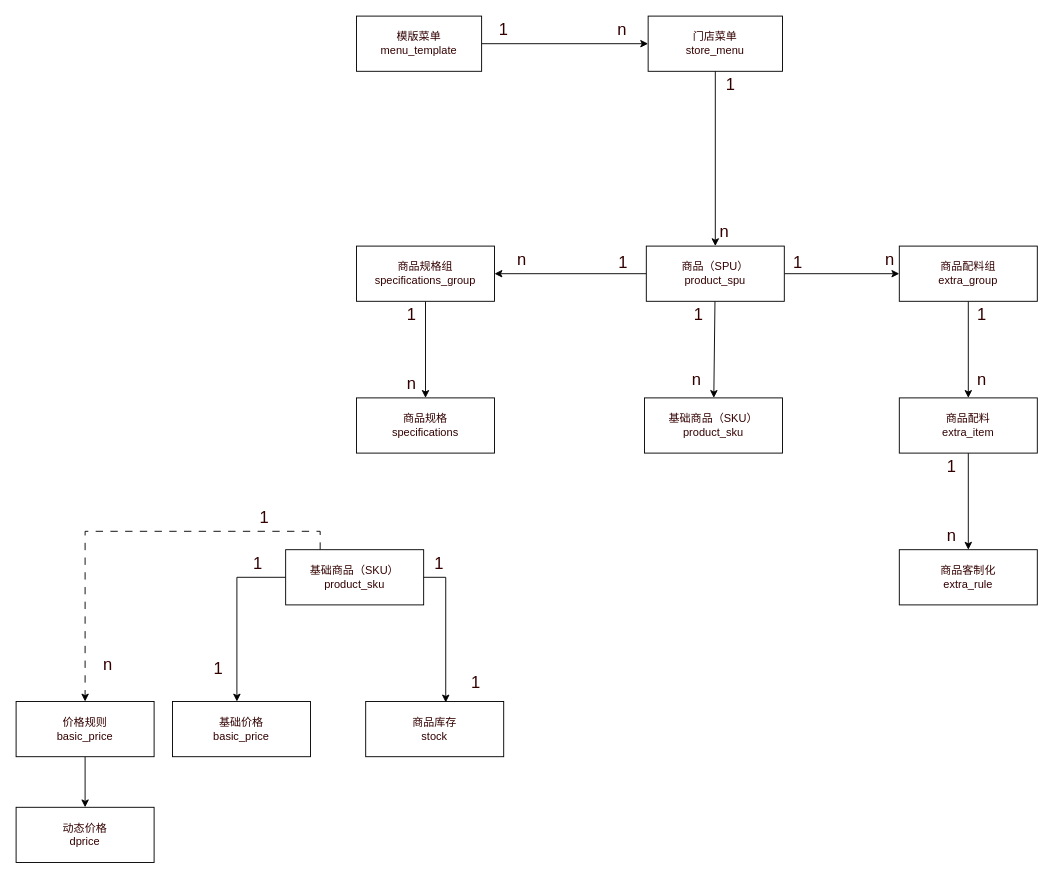
Above: 商品菜单领域.drawio in alexzhang2015/PC2.0 (draw.io), before the change. Source tidied: cells renumbered, new cells numbered last; positions are measured from the earlier drawing's top-left corner, leaving out a move shared by most shapes. Both pictures are drawn from the tidied source at 92%, with x=0, y=0 at pixel (16, 16).
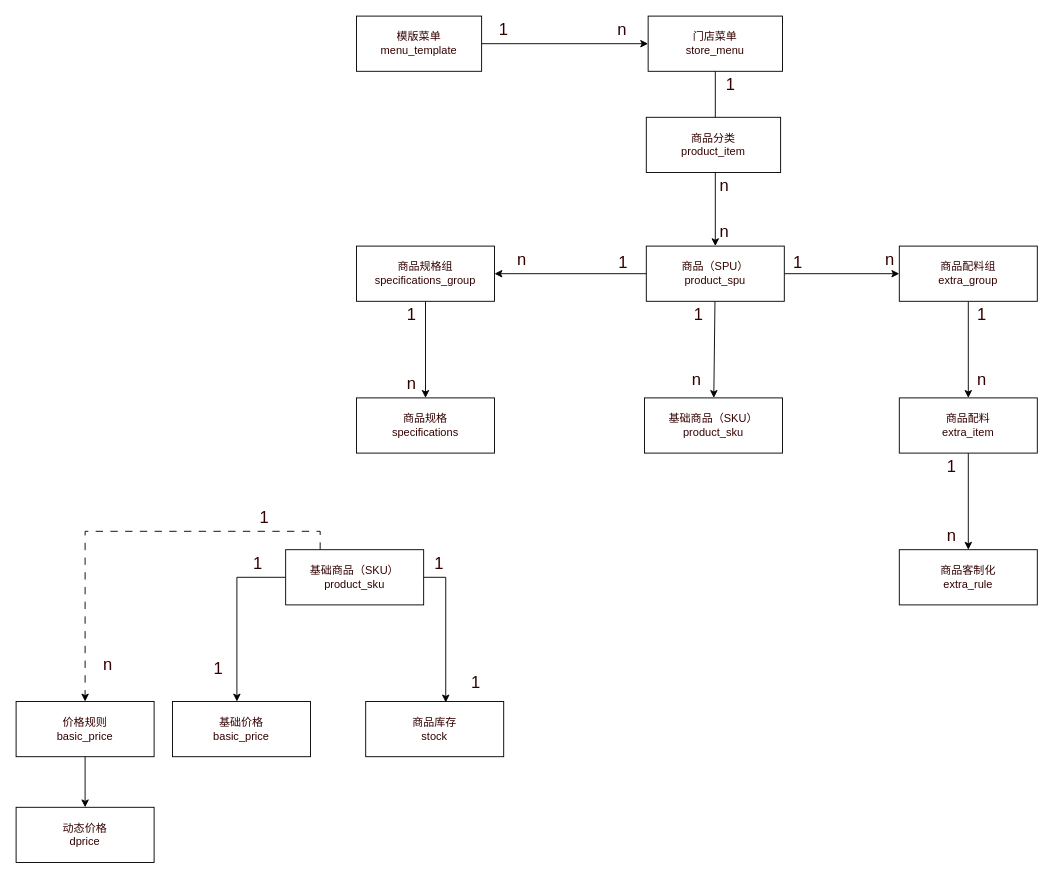
After the change.

Commit message:
更新商品菜单领域.drawio

Diff of the diagram source:
```diff
@@
+    <mxCell id="50" value="&lt;div&gt;商品分类&lt;/div&gt;&lt;div&gt;&lt;div&gt;product_item&lt;/div&gt;&lt;/div&gt;" style="rounded=0;whiteSpace=wrap;html=1;fontColor=#330000;" parent="1" vertex="1">
+      <mxGeometry x="685" y="110" width="146" height="60" as="geometry" />
+    </mxCell>
+    <mxCell id="51" value="&lt;font style=&quot;font-size: 18px;&quot;&gt;n&lt;/font&gt;" style="text;html=1;align=center;verticalAlign=middle;whiteSpace=wrap;rounded=0;fontColor=#330000;fontSize=18;" parent="1" vertex="1">
+      <mxGeometry x="740" y="170" width="60" height="30" as="geometry" />
+    </mxCell>
```
